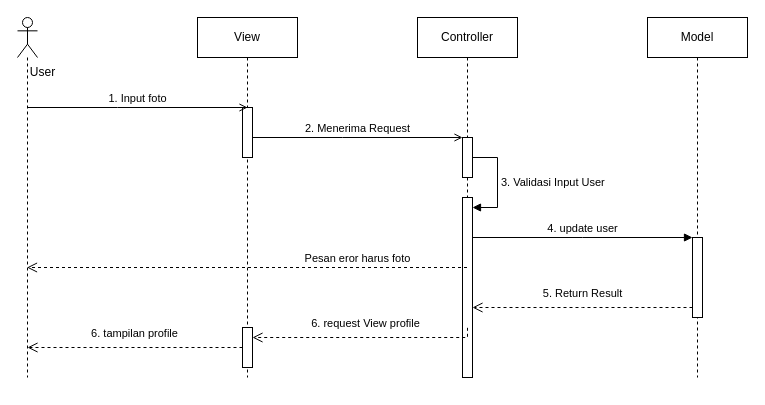
Earlier version of the draw.io diagram page "updateprofli" (4 of 8) of sequence.drawio (ThikerXCX/umltoko). Source tidied: cells renumbered, new cells numbered last; positions are measured from the earlier drawing's top-left corner, leaving out a move shared by most shapes. Both pictures are drawn from the tidied source at 100%, with x=0, y=0 at pixel (17, 17).
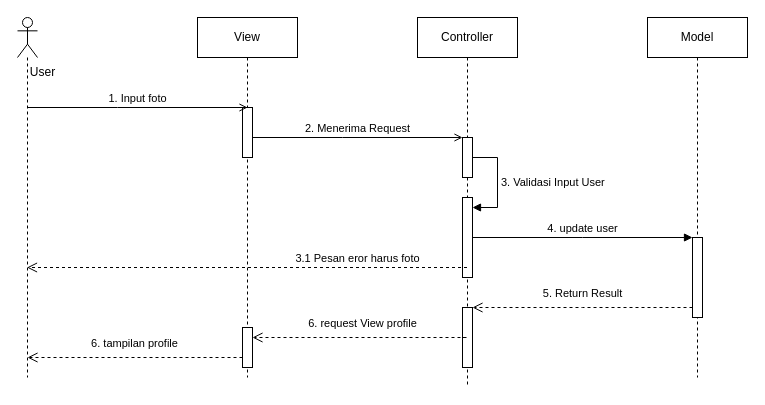
The same page after the edit.

Unchanged cells that the change refers to:
```xml
<mxCell id="2" style="shape=umlLifeline;perimeter=lifelinePerimeter;whiteSpace=wrap;html=1;outlineConnect=0;portConstraint=eastwest;newEdgeStyle={&quot;edgeStyle&quot;:&quot;elbowEdgeStyle&quot;,&quot;elbow&quot;:&quot;vertical&quot;,&quot;curved&quot;:0,&quot;rounded&quot;:0};participant=umlActor;" parent="1" vertex="1">
  <mxGeometry width="20" height="360" as="geometry" />
</mxCell>
<mxCell id="20" style="html=1;points=[];perimeter=orthogonalPerimeter;outlineConnect=0;targetShapes=umlLifeline;portConstraint=eastwest;newEdgeStyle={&quot;edgeStyle&quot;:&quot;elbowEdgeStyle&quot;,&quot;elbow&quot;:&quot;vertical&quot;,&quot;curved&quot;:0,&quot;rounded&quot;:0};" parent="1" vertex="1">
  <mxGeometry x="225" y="310" width="10" height="40" as="geometry" />
</mxCell>
```

The edit, as a diff of the source:
```diff
@@
     <mxCell id="6" value="Controller" style="shape=umlLifeline;perimeter=lifelinePerimeter;whiteSpace=wrap;html=1;outlineConnect=0;portConstraint=eastwest;newEdgeStyle={&quot;edgeStyle&quot;:&quot;elbowEdgeStyle&quot;,&quot;elbow&quot;:&quot;vertical&quot;,&quot;curved&quot;:0,&quot;rounded&quot;:0};" parent="1" vertex="1">
-      <mxGeometry x="400" width="100" height="360" as="geometry" />
+      <mxGeometry x="400" width="100" height="370" as="geometry" />
     </mxCell>
@@
     <mxCell id="8" style="html=1;points=[];perimeter=orthogonalPerimeter;outlineConnect=0;targetShapes=umlLifeline;portConstraint=eastwest;newEdgeStyle={&quot;edgeStyle&quot;:&quot;elbowEdgeStyle&quot;,&quot;elbow&quot;:&quot;vertical&quot;,&quot;curved&quot;:0,&quot;rounded&quot;:0};" parent="6" vertex="1">
-      <mxGeometry x="45" y="180" width="10" height="180" as="geometry" />
+      <mxGeometry x="45" y="180" width="10" height="80" as="geometry" />
     </mxCell>
@@
+    <mxCell id="21" style="html=1;perimeter=orthogonalPerimeter;targetShapes=umlLifeline;newEdgeStyle={&quot;edgeStyle&quot;:&quot;elbowEdgeStyle&quot;,&quot;elbow&quot;:&quot;vertical&quot;,&quot;curved&quot;:0,&quot;rounded&quot;:0};" parent="6" vertex="1">
+      <mxGeometry x="45" y="290" width="10" height="60" as="geometry" />
+    </mxCell>
@@
-    <mxCell id="15" value="Pesan eror harus foto" style="html=1;verticalAlign=bottom;endArrow=open;dashed=1;endSize=8;edgeStyle=elbowEdgeStyle;elbow=horizontal;curved=0;rounded=0;" parent="1" edge="1" source="6" target="2">
+    <mxCell id="15" value="3.1 Pesan eror harus foto" style="html=1;verticalAlign=bottom;endArrow=open;dashed=1;endSize=8;edgeStyle=elbowEdgeStyle;elbow=horizontal;curved=0;rounded=0;" parent="1" edge="1" source="6" target="2">
       <mxGeometry x="-0.5" relative="1" as="geometry">
         <Array as="points">
           <mxPoint x="380" y="250" />
           <mxPoint x="365.1" y="190" />
         </Array>
       </mxGeometry>
     </mxCell>
@@
-    <mxCell id="17" value="6. request View profile" style="html=1;verticalAlign=bottom;endArrow=open;dashed=1;endSize=8;edgeStyle=elbowEdgeStyle;elbow=vertical;curved=0;rounded=0;" parent="1" edge="1" target="20">
+    <mxCell id="17" value="6. request View profile" style="html=1;verticalAlign=bottom;endArrow=open;dashed=1;endSize=8;edgeStyle=elbowEdgeStyle;elbow=horizontal;curved=0;rounded=0;" parent="1" edge="1">
       <mxGeometry y="-5" relative="1" as="geometry">
-        <mxPoint x="450" y="310.3" as="sourcePoint" />
+        <mxPoint x="445" y="320" as="sourcePoint" />
+        <mxPoint x="235" y="320" as="targetPoint" />
         <Array as="points">
-          <mxPoint x="450" y="320" />
+          <mxPoint x="450" y="310" />
         </Array>
       </mxGeometry>
     </mxCell>
-    <mxCell id="18" value="6. tampilan profile" style="html=1;verticalAlign=bottom;endArrow=open;dashed=1;endSize=8;edgeStyle=elbowEdgeStyle;elbow=vertical;curved=0;rounded=0;" parent="1" edge="1" source="20">
+    <mxCell id="18" value="6. tampilan profile" style="html=1;verticalAlign=bottom;endArrow=open;dashed=1;endSize=8;edgeStyle=elbowEdgeStyle;elbow=vertical;curved=0;rounded=0;" parent="1" edge="1">
       <mxGeometry y="-5" relative="1" as="geometry">
-        <mxPoint x="10" y="330" as="targetPoint" />
+        <mxPoint x="225" y="340" as="sourcePoint" />
+        <mxPoint x="10" y="340" as="targetPoint" />
       </mxGeometry>
     </mxCell>
```
